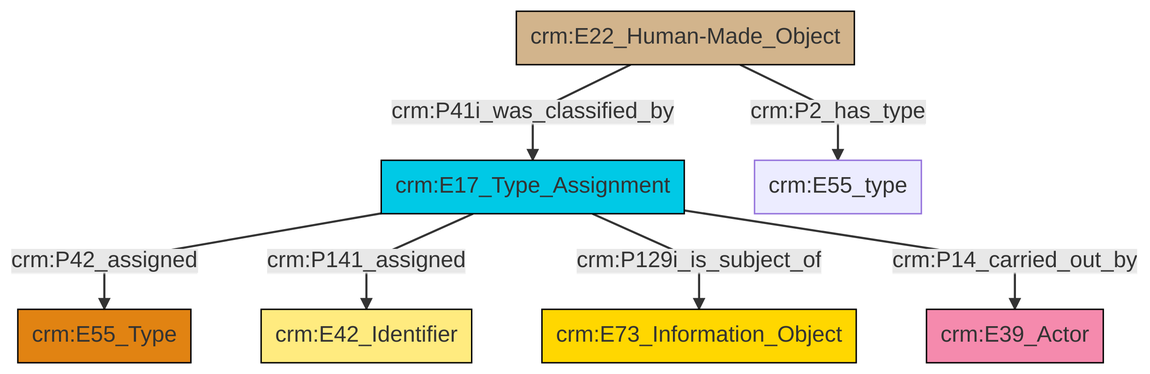
Before: et/builtWorkCSV/ttl/mmd/png/Built_Work_designation_status.png, a diagram exported from Mermaid (swiss-art-research-net/reference-data-models). Its source is kept beside it as et/builtWorkCSV/ttl/mmd/Built_Work_designation_status.ttl.mmd.
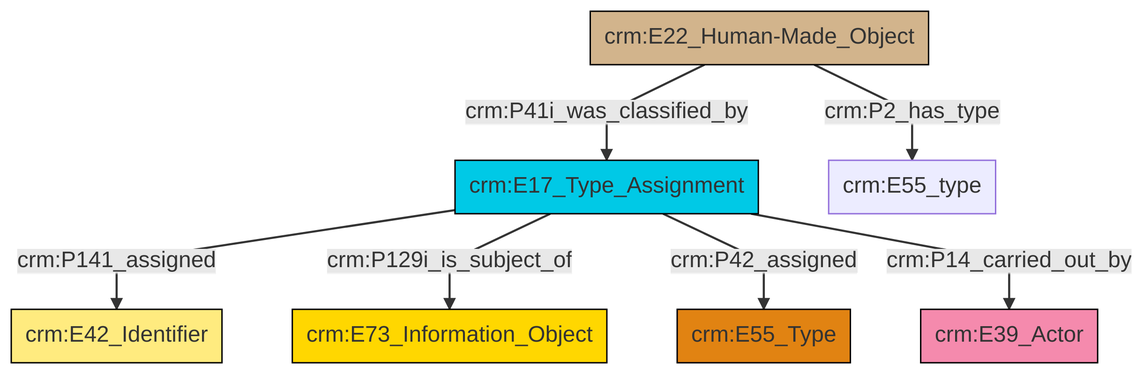
After the commit.

What changed in the source:
```diff
@@ -13,9 +13,9 @@
 classDef PC_Classes fill:#4ce600, stroke:#000000;
 classDef Multi fill:#cccccc,stroke:#000000;
 
-2["crm:E17_Type_Assignment"]:::Temporal_Entity -->|crm:P42_assigned| 3["crm:E55_Type"]:::Type
-6["crm:E22_Human-Made_Object"]:::Physical_Thing -->|crm:P2_has_type| 7["crm:E55_type"]:::Default
-2["crm:E17_Type_Assignment"]:::Temporal_Entity -->|crm:P141_assigned| 4["crm:E42_Identifier"]:::Appellation
-2["crm:E17_Type_Assignment"]:::Temporal_Entity -->|crm:P129i_is_subject_of| 8["crm:E73_Information_Object"]:::Conceptual_Object
-2["crm:E17_Type_Assignment"]:::Temporal_Entity -->|crm:P14_carried_out_by| 0["crm:E39_Actor"]:::Actor
-6["crm:E22_Human-Made_Object"]:::Physical_Thing -->|crm:P41i_was_classified_by| 2["crm:E17_Type_Assignment"]:::Temporal_Entity
+4["crm:E17_Type_Assignment"]:::Temporal_Entity -->|crm:P141_assigned| 2["crm:E42_Identifier"]:::Appellation
+4["crm:E17_Type_Assignment"]:::Temporal_Entity -->|crm:P129i_is_subject_of| 7["crm:E73_Information_Object"]:::Conceptual_Object
+10["crm:E22_Human-Made_Object"]:::Physical_Thing -->|crm:P2_has_type| 8["crm:E55_type"]:::Default
+4["crm:E17_Type_Assignment"]:::Temporal_Entity -->|crm:P42_assigned| 0["crm:E55_Type"]:::Type
+4["crm:E17_Type_Assignment"]:::Temporal_Entity -->|crm:P14_carried_out_by| 5["crm:E39_Actor"]:::Actor
+10["crm:E22_Human-Made_Object"]:::Physical_Thing -->|crm:P41i_was_classified_by| 4["crm:E17_Type_Assignment"]:::Temporal_Entity
```
